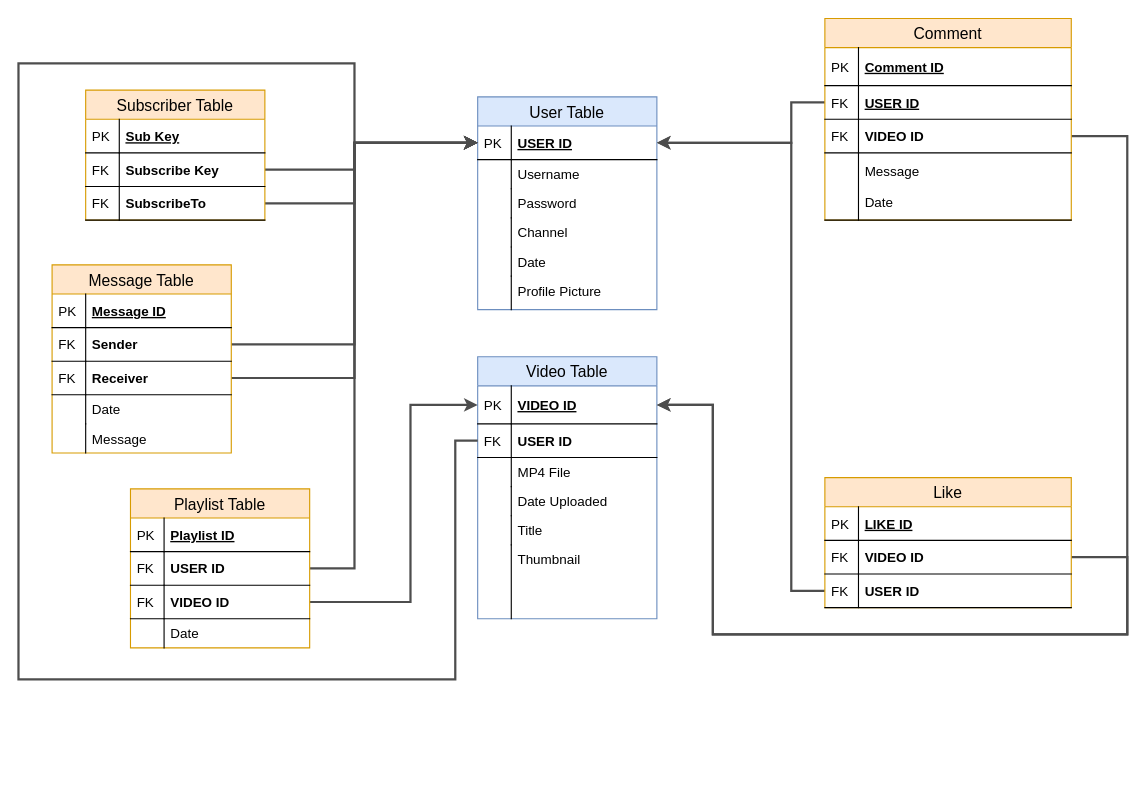
This is Design/Tables/MeTube Table Schema.drawio from Jacob-Mellichamp/MeTube, a draw.io file, before an edit. Source tidied: cells renumbered, new cells numbered last; positions are measured from the earlier drawing's top-left corner, leaving out a move shared by most shapes. Both pictures are drawn from the tidied source at 112%, with x=0, y=0 at pixel (18, 18).
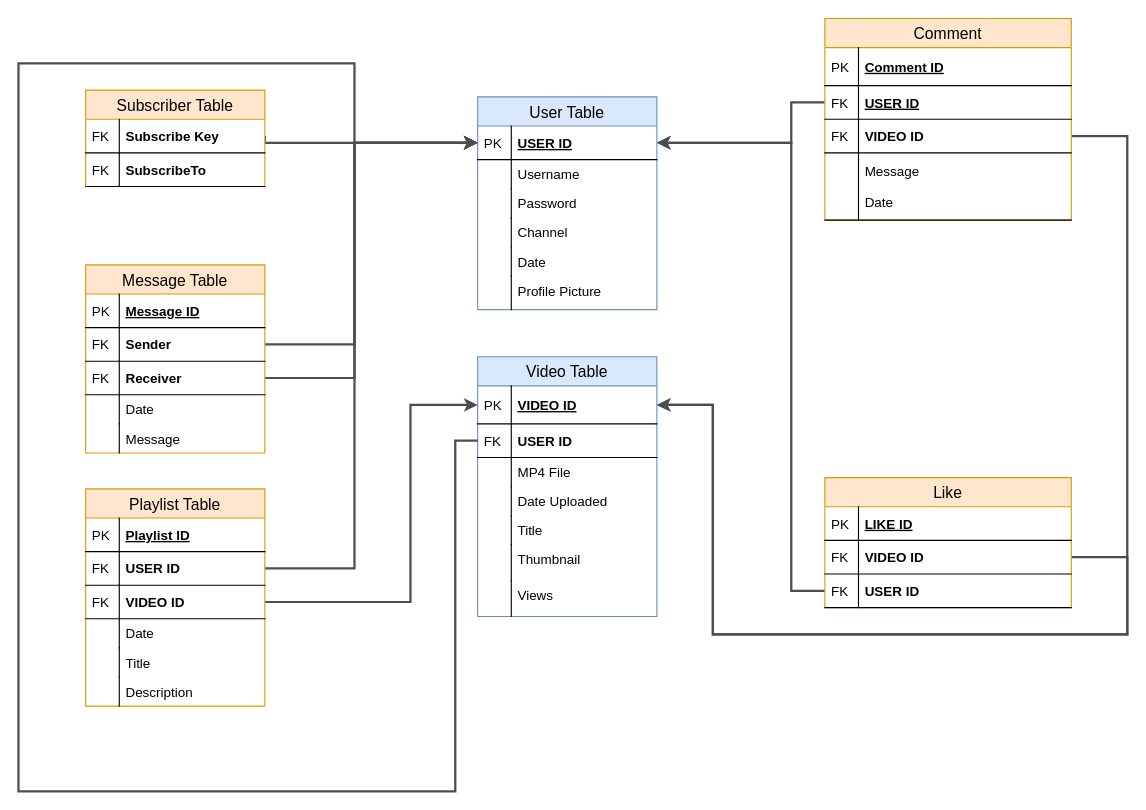
The same page after the edit.

Commit message:
Update Playlist and Video Table.drawio

Unchanged cells that the change refers to:
```xml
<mxCell id="3" value="USER ID" style="shape=partialRectangle;top=0;left=0;right=0;bottom=1;align=left;verticalAlign=middle;fillColor=none;spacingLeft=34;spacingRight=4;overflow=hidden;points=[[0,0.5],[1,0.5]];portConstraint=eastwest;fontStyle=5;fontSize=12;" parent="2" vertex="1">
  <mxGeometry y="26" width="160" height="30" as="geometry" />
</mxCell>
<mxCell id="18" value="USER ID" style="shape=partialRectangle;top=0;left=0;right=0;bottom=1;align=left;verticalAlign=middle;fillColor=none;spacingLeft=34;spacingRight=4;overflow=hidden;points=[[0,0.5],[1,0.5]];portConstraint=eastwest;fontStyle=1;fontSize=12;" parent="15" vertex="1">
  <mxGeometry y="60" width="160" height="30" as="geometry" />
</mxCell>
```

Diff of the diagram source:
```diff
@@
     <mxCell id="15" value="Video Table" style="swimlane;fontStyle=0;horizontal=1;startSize=26;fillColor=#dae8fc;swimlaneFillColor=#ffffff;align=center;fontSize=14;strokeColor=#6c8ebf;" parent="1" vertex="1">
-      <mxGeometry x="410" y="302" width="160" height="234" as="geometry" />
+      <mxGeometry x="410" y="302" width="160" height="232" as="geometry" />
     </mxCell>
@@
     <mxCell id="26" value="Thumbnail" style="shape=partialRectangle;top=0;left=0;right=0;bottom=0;align=left;verticalAlign=top;fillColor=none;spacingLeft=34;spacingRight=4;overflow=hidden;fontSize=12;" parent="15" vertex="1">
-      <mxGeometry y="168" width="160" height="66" as="geometry" />
+      <mxGeometry y="168" width="160" height="32" as="geometry" />
     </mxCell>
     <mxCell id="27" style="shape=partialRectangle;top=0;left=0;bottom=0;fillColor=none;align=left;verticalAlign=top;spacingLeft=4;spacingRight=4;overflow=hidden;fontSize=12;" parent="26" vertex="1">
-      <mxGeometry width="30" height="66" as="geometry" />
+      <mxGeometry width="30" height="32" as="geometry" />
     </mxCell>
+    <mxCell id="82" value="Views" style="shape=partialRectangle;top=0;left=0;right=0;bottom=0;align=left;verticalAlign=top;fillColor=none;spacingLeft=34;spacingRight=4;overflow=hidden;fontSize=12;" parent="15" vertex="1">
+      <mxGeometry y="200" width="160" height="32" as="geometry" />
+    </mxCell>
+    <mxCell id="83" style="shape=partialRectangle;top=0;left=0;bottom=0;fillColor=none;align=left;verticalAlign=top;spacingLeft=4;spacingRight=4;overflow=hidden;fontSize=12;" parent="82" vertex="1">
+      <mxGeometry width="30" height="32" as="geometry" />
+    </mxCell>
     <mxCell id="28" style="edgeStyle=orthogonalEdgeStyle;rounded=0;jettySize=auto;html=1;exitX=0;exitY=0.5;exitDx=0;exitDy=0;fillColor=#dae8fc;strokeColor=#4D4D4D;strokeWidth=2;entryX=0;entryY=0.5;entryDx=0;entryDy=0;" parent="1" edge="1" source="18" target="3">
       <mxGeometry relative="1" as="geometry">
         <Array as="points">
           <mxPoint x="390" y="377" />
-          <mxPoint x="390" y="590" />
-          <mxPoint y="590" />
+          <mxPoint x="390" y="690" />
+          <mxPoint y="690" />
           <mxPoint y="40" />
           <mxPoint x="300" y="40" />
           <mxPoint x="300" y="111" />
         </Array>
       </mxGeometry>
     </mxCell>
@@
     <mxCell id="33" style="edgeStyle=orthogonalEdgeStyle;rounded=0;jettySize=auto;html=1;fillColor=#dae8fc;strokeColor=#4D4D4D;exitX=1;exitY=0.5;exitDx=0;exitDy=0;entryX=0;entryY=0.5;entryDx=0;entryDy=0;strokeWidth=2;" parent="1" edge="1" source="69" target="3">
       <mxGeometry relative="1" as="geometry">
         <Array as="points">
-          <mxPoint x="300" y="135" />
-          <mxPoint x="300" y="111" />
+          <mxPoint x="220" y="111" />
         </Array>
       </mxGeometry>
     </mxCell>
-    <mxCell id="34" style="edgeStyle=orthogonalEdgeStyle;rounded=0;jettySize=auto;html=1;fillColor=#dae8fc;strokeColor=#4D4D4D;exitX=1;exitY=0.5;exitDx=0;exitDy=0;entryX=0;entryY=0.5;entryDx=0;entryDy=0;strokeWidth=2;" parent="1" edge="1" source="71" target="3">
-      <mxGeometry relative="1" as="geometry">
-        <Array as="points">
-          <mxPoint x="300" y="165" />
-          <mxPoint x="300" y="111" />
-        </Array>
-      </mxGeometry>
-    </mxCell>
@@
+    <mxCell id="66" value="Subscriber Table" style="swimlane;fontStyle=0;horizontal=1;startSize=26;fillColor=#ffe6cc;swimlaneFillColor=#ffffff;align=center;fontSize=14;strokeColor=#d79b00;" parent="1" vertex="1">
+      <mxGeometry x="60" y="64" width="160" height="86" as="geometry" />
+    </mxCell>
+    <mxCell id="69" value="Subscribe Key" style="shape=partialRectangle;top=0;left=0;right=0;bottom=1;align=left;verticalAlign=middle;fillColor=none;spacingLeft=34;spacingRight=4;overflow=hidden;points=[[0,0.5],[1,0.5]];portConstraint=eastwest;fontStyle=1;fontSize=12;" parent="66" vertex="1">
+      <mxGeometry y="26" width="160" height="30" as="geometry" />
+    </mxCell>
+    <mxCell id="70" value="FK" style="shape=partialRectangle;top=0;left=0;bottom=0;fillColor=none;align=left;verticalAlign=middle;spacingLeft=4;spacingRight=4;overflow=hidden;fontSize=12;" parent="69" vertex="1">
+      <mxGeometry width="30" height="30" as="geometry" />
+    </mxCell>
+    <mxCell id="71" value="SubscribeTo" style="shape=partialRectangle;top=0;left=0;right=0;bottom=1;align=left;verticalAlign=middle;fillColor=none;spacingLeft=34;spacingRight=4;overflow=hidden;points=[[0,0.5],[1,0.5]];portConstraint=eastwest;fontStyle=1;fontSize=12;" parent="66" vertex="1">
+      <mxGeometry y="56" width="160" height="30" as="geometry" />
+    </mxCell>
+    <mxCell id="72" value="FK" style="shape=partialRectangle;top=0;left=0;bottom=0;fillColor=none;align=left;verticalAlign=middle;spacingLeft=4;spacingRight=4;overflow=hidden;fontSize=12;" parent="71" vertex="1">
+      <mxGeometry width="30" height="30" as="geometry" />
+    </mxCell>
     <mxCell id="55" value="Message Table" style="swimlane;fontStyle=0;horizontal=1;startSize=26;fillColor=#ffe6cc;swimlaneFillColor=#ffffff;align=center;fontSize=14;strokeColor=#d79b00;" parent="1" vertex="1">
-      <mxGeometry x="30" y="220" width="160" height="168" as="geometry" />
+      <mxGeometry x="60" y="220" width="160" height="168" as="geometry" />
     </mxCell>
@@
-    <mxCell id="66" value="Subscriber Table" style="swimlane;fontStyle=0;horizontal=1;startSize=26;fillColor=#ffe6cc;swimlaneFillColor=#ffffff;align=center;fontSize=14;strokeColor=#d79b00;" parent="1" vertex="1">
-      <mxGeometry x="60" y="64" width="160" height="116" as="geometry" />
-    </mxCell>
-    <mxCell id="67" value="Sub Key" style="shape=partialRectangle;top=0;left=0;right=0;bottom=1;align=left;verticalAlign=middle;fillColor=none;spacingLeft=34;spacingRight=4;overflow=hidden;fontStyle=5;fontSize=12;" parent="66" vertex="1">
-      <mxGeometry y="26" width="160" height="30" as="geometry" />
-    </mxCell>
-    <mxCell id="68" value="PK" style="shape=partialRectangle;top=0;left=0;bottom=0;fillColor=none;align=left;verticalAlign=middle;spacingLeft=4;spacingRight=4;overflow=hidden;fontSize=12;" parent="67" vertex="1">
-      <mxGeometry width="30" height="30" as="geometry" />
-    </mxCell>
-    <mxCell id="69" value="Subscribe Key" style="shape=partialRectangle;top=0;left=0;right=0;bottom=1;align=left;verticalAlign=middle;fillColor=none;spacingLeft=34;spacingRight=4;overflow=hidden;points=[[0,0.5],[1,0.5]];portConstraint=eastwest;fontStyle=1;fontSize=12;" parent="66" vertex="1">
-      <mxGeometry y="56" width="160" height="30" as="geometry" />
-    </mxCell>
-    <mxCell id="70" value="FK" style="shape=partialRectangle;top=0;left=0;bottom=0;fillColor=none;align=left;verticalAlign=middle;spacingLeft=4;spacingRight=4;overflow=hidden;fontSize=12;" parent="69" vertex="1">
-      <mxGeometry width="30" height="30" as="geometry" />
-    </mxCell>
-    <mxCell id="71" value="SubscribeTo" style="shape=partialRectangle;top=0;left=0;right=0;bottom=1;align=left;verticalAlign=middle;fillColor=none;spacingLeft=34;spacingRight=4;overflow=hidden;points=[[0,0.5],[1,0.5]];portConstraint=eastwest;fontStyle=1;fontSize=12;" parent="66" vertex="1">
-      <mxGeometry y="86" width="160" height="30" as="geometry" />
-    </mxCell>
-    <mxCell id="72" value="FK" style="shape=partialRectangle;top=0;left=0;bottom=0;fillColor=none;align=left;verticalAlign=middle;spacingLeft=4;spacingRight=4;overflow=hidden;fontSize=12;" parent="71" vertex="1">
-      <mxGeometry width="30" height="30" as="geometry" />
-    </mxCell>
     <mxCell id="73" value="Playlist Table" style="swimlane;fontStyle=0;horizontal=1;startSize=26;fillColor=#ffe6cc;swimlaneFillColor=#ffffff;align=center;fontSize=14;strokeColor=#d79b00;" parent="1" vertex="1">
-      <mxGeometry x="100" y="420" width="160" height="142" as="geometry" />
+      <mxGeometry x="60" y="420" width="160" height="194" as="geometry" />
     </mxCell>
@@
-    <mxCell id="80" value="Date" style="shape=partialRectangle;top=0;left=0;right=0;bottom=0;align=left;verticalAlign=top;fillColor=none;spacingLeft=34;spacingRight=4;overflow=hidden;fontSize=12;" parent="73" vertex="1">
+    <mxCell id="80" value="Date&#10;" style="shape=partialRectangle;top=0;left=0;right=0;bottom=0;align=left;verticalAlign=top;fillColor=none;spacingLeft=34;spacingRight=4;overflow=hidden;fontSize=12;" parent="73" vertex="1">
       <mxGeometry y="116" width="160" height="26" as="geometry" />
     </mxCell>
@@
+    <mxCell id="84" value="Title" style="shape=partialRectangle;top=0;left=0;right=0;bottom=0;align=left;verticalAlign=top;fillColor=none;spacingLeft=34;spacingRight=4;overflow=hidden;fontSize=12;" parent="73" vertex="1">
+      <mxGeometry y="142" width="160" height="26" as="geometry" />
+    </mxCell>
+    <mxCell id="85" style="shape=partialRectangle;top=0;left=0;bottom=0;fillColor=none;align=left;verticalAlign=top;spacingLeft=4;spacingRight=4;overflow=hidden;fontSize=12;" parent="84" vertex="1">
+      <mxGeometry width="30" height="26" as="geometry" />
+    </mxCell>
+    <mxCell id="86" value="Description" style="shape=partialRectangle;top=0;left=0;right=0;bottom=0;align=left;verticalAlign=top;fillColor=none;spacingLeft=34;spacingRight=4;overflow=hidden;fontSize=12;" parent="73" vertex="1">
+      <mxGeometry y="168" width="160" height="26" as="geometry" />
+    </mxCell>
+    <mxCell id="87" style="shape=partialRectangle;top=0;left=0;bottom=0;fillColor=none;align=left;verticalAlign=top;spacingLeft=4;spacingRight=4;overflow=hidden;fontSize=12;" parent="86" vertex="1">
+      <mxGeometry width="30" height="26" as="geometry" />
+    </mxCell>
```
